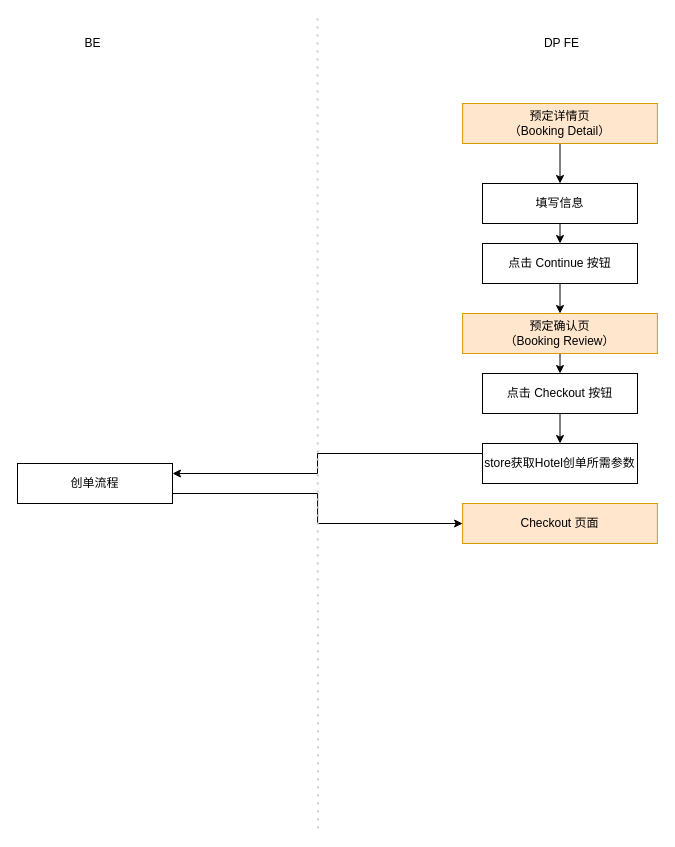
This is page "Booking Detail" (4 of 4) of page_process/pageProcess.drawio from junhong2021/Hotel-, a draw.io file, before an edit. Source tidied: cells renumbered, new cells numbered last; positions are measured from the earlier drawing's top-left corner, leaving out a move shared by most shapes. Both pictures are drawn from the tidied source at 100%, with x=0, y=0 at pixel (17, 18).
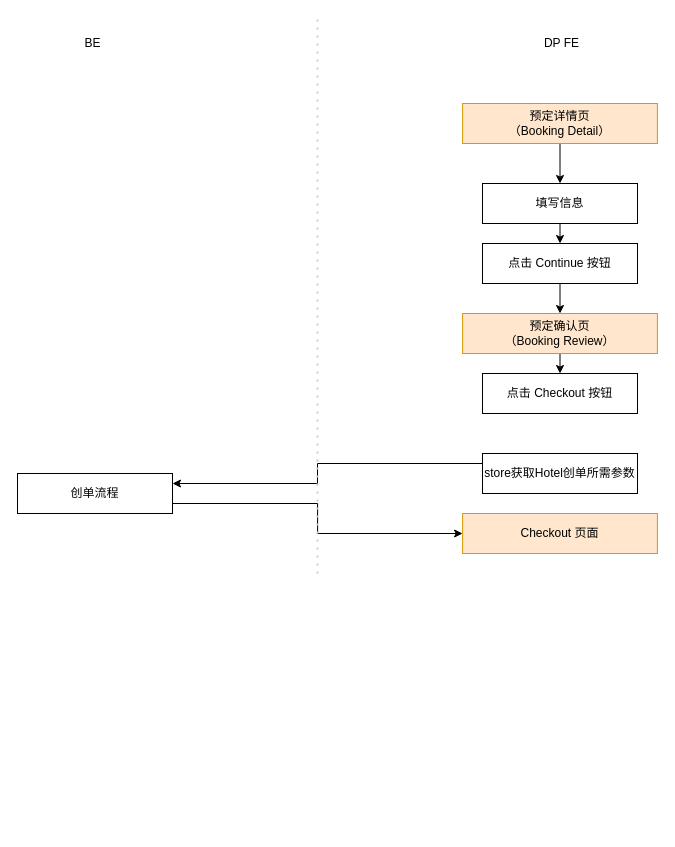
The same diagram, later.

Unchanged cells that the change refers to:
```xml
<mxCell id="20" value="点击 Checkout 按钮" style="rounded=0;whiteSpace=wrap;html=1;" parent="1" vertex="1">
  <mxGeometry x="465" y="355" width="155" height="40" as="geometry" />
</mxCell>
```

What changed in the source:
```diff
@@
     <mxCell id="5" value="创单流程" style="rounded=0;whiteSpace=wrap;html=1;" parent="1" vertex="1">
-      <mxGeometry y="445" width="155" height="40" as="geometry" />
+      <mxGeometry y="455" width="155" height="40" as="geometry" />
     </mxCell>
@@
     <mxCell id="15" style="edgeStyle=orthogonalEdgeStyle;rounded=0;jettySize=auto;html=1;exitX=0;exitY=0.25;exitDx=0;exitDy=0;entryX=1;entryY=0.25;entryDx=0;entryDy=0;" parent="1" edge="1" source="16" target="5">
       <mxGeometry relative="1" as="geometry">
         <Array as="points">
-          <mxPoint x="300" y="435" />
-          <mxPoint x="300" y="455" />
+          <mxPoint x="300" y="445" />
+          <mxPoint x="300" y="465" />
         </Array>
       </mxGeometry>
     </mxCell>
     <mxCell id="16" value="store获取Hotel创单所需参数" style="rounded=0;whiteSpace=wrap;html=1;" parent="1" vertex="1">
-      <mxGeometry x="465" y="425" width="155" height="40" as="geometry" />
+      <mxGeometry x="465" y="435" width="155" height="40" as="geometry" />
     </mxCell>
     <mxCell id="17" value="Checkout 页面" style="rounded=0;whiteSpace=wrap;html=1;fillColor=#ffe6cc;strokeColor=#d79b00;" parent="1" vertex="1">
-      <mxGeometry x="445.1" y="485" width="194.8" height="40" as="geometry" />
+      <mxGeometry x="445.1" y="495" width="194.8" height="40" as="geometry" />
     </mxCell>
     <mxCell id="18" style="endArrow=none;dashed=1;html=1;dashPattern=1 3;strokeWidth=2;strokeColor=#CCCCCC;" parent="1" edge="1">
       <mxGeometry relative="1" as="geometry">
-        <mxPoint x="300.5" y="810" as="sourcePoint" />
+        <mxPoint x="300" y="555" as="sourcePoint" />
         <mxPoint x="300" as="targetPoint" />
       </mxGeometry>
     </mxCell>
-    <mxCell id="19" style="edgeStyle=orthogonalEdgeStyle;rounded=0;jettySize=auto;html=1;exitX=0.5;exitY=1;exitDx=0;exitDy=0;entryX=0.5;entryY=0;entryDx=0;entryDy=0;" parent="1" edge="1" source="20" target="16">
-      <mxGeometry relative="1" as="geometry" />
-    </mxCell>
```
